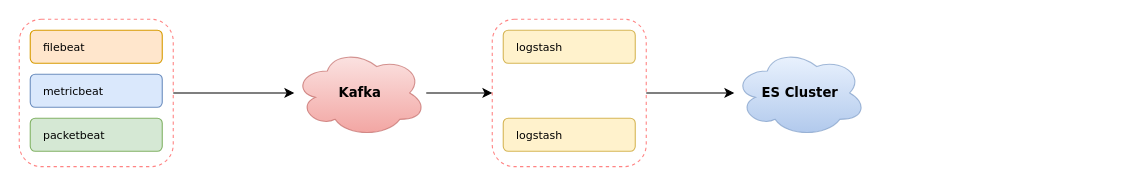
Before: belk_kafka.drawio in slmingol/diagram_assets, a draw.io diagram. Source tidied: cells renumbered, new cells numbered last; positions are measured from the earlier drawing's top-left corner, leaving out a move shared by most shapes. Both pictures are drawn from the tidied source at 110%, with x=0, y=0 at pixel (19, 19).
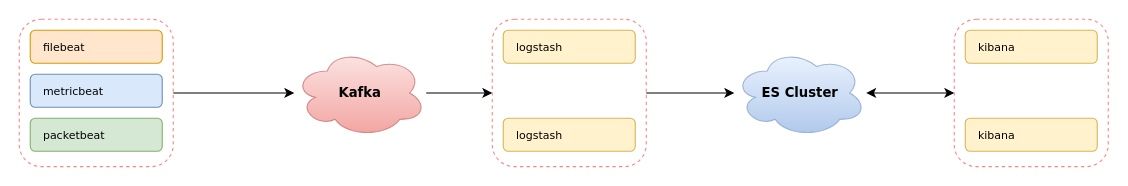
After the change.

The change refers to these unchanged cells:
```xml
<mxCell id="15" value="&lt;div style=&quot;text-align: center ; font-size: 12px&quot;&gt;&lt;span style=&quot;font-size: 12px&quot;&gt;ES Cluster&lt;/span&gt;&lt;/div&gt;" style="ellipse;shape=cloud;whiteSpace=wrap;html=1;rounded=0;strokeColor=#6c8ebf;strokeWidth=1;fillColor=#dae8fc;gradientColor=#7ea6e0;fontFamily=Verdana;fontSize=12;opacity=60;align=center;fontStyle=1;" parent="1" vertex="1">
  <mxGeometry x="650" y="27" width="120" height="80" as="geometry" />
</mxCell>
```

The edit, as a diff of the source:
```diff
@@
+    <mxCell id="17" style="edgeStyle=orthogonalEdgeStyle;rounded=0;jettySize=auto;html=1;entryX=0;entryY=0.5;entryDx=0;entryDy=0;startArrow=classic;startFill=1;" parent="1" edge="1" source="15" target="20">
+      <mxGeometry relative="1" as="geometry" />
+    </mxCell>
@@
+    <mxCell id="18" style="group;" parent="1" vertex="1">
+      <mxGeometry x="850" width="140" height="134" as="geometry" />
+    </mxCell>
+    <mxCell id="19" style="group;" parent="18" vertex="1">
+      <mxGeometry width="140" height="134" as="geometry" />
+    </mxCell>
+    <mxCell id="20" style="rounded=1;whiteSpace=wrap;html=1;strokeColor=#FF3333;strokeWidth=1;fillColor=none;fontFamily=Verdana;fontSize=10;opacity=60;align=left;dashed=1;" parent="19" vertex="1">
+      <mxGeometry width="140" height="134" as="geometry" />
+    </mxCell>
+    <mxCell id="21" value="kibana" style="rounded=1;whiteSpace=wrap;html=1;strokeColor=#d6b656;strokeWidth=1;fillColor=#fff2cc;fontFamily=Verdana;fontSize=10;align=left;spacingLeft=10;" parent="19" vertex="1">
+      <mxGeometry x="10" y="10" width="120" height="30" as="geometry" />
+    </mxCell>
+    <mxCell id="22" value="kibana" style="rounded=1;whiteSpace=wrap;html=1;strokeColor=#d6b656;strokeWidth=1;fillColor=#fff2cc;fontFamily=Verdana;fontSize=10;align=left;spacingLeft=10;" parent="19" vertex="1">
+      <mxGeometry x="10" y="90" width="120" height="30" as="geometry" />
+    </mxCell>
```
